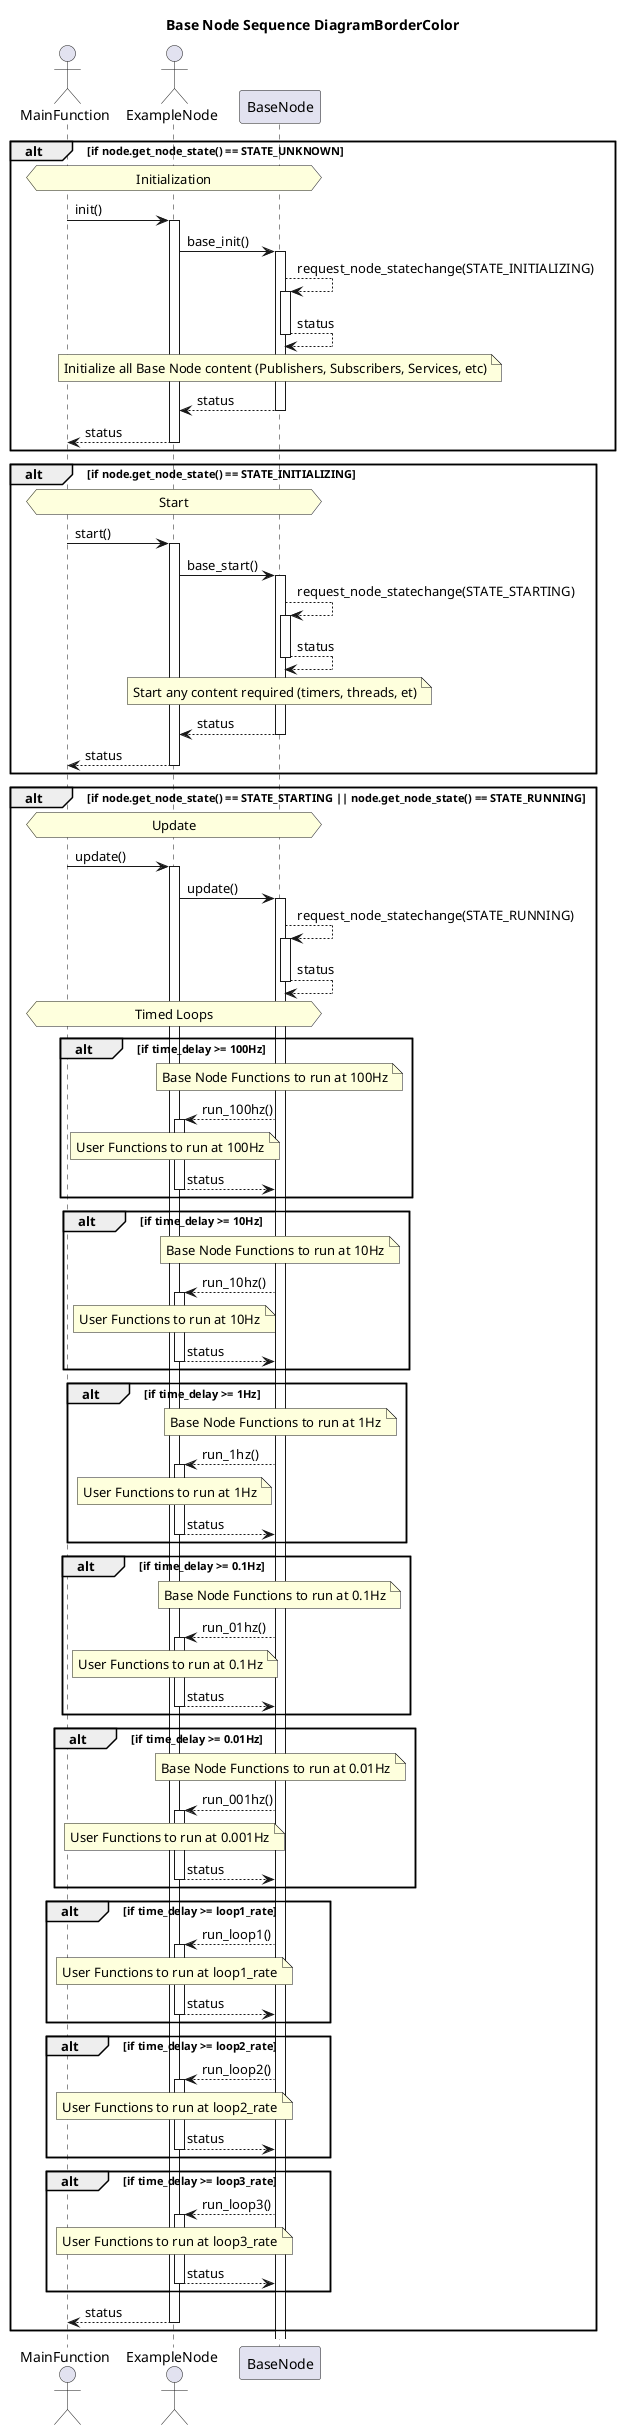
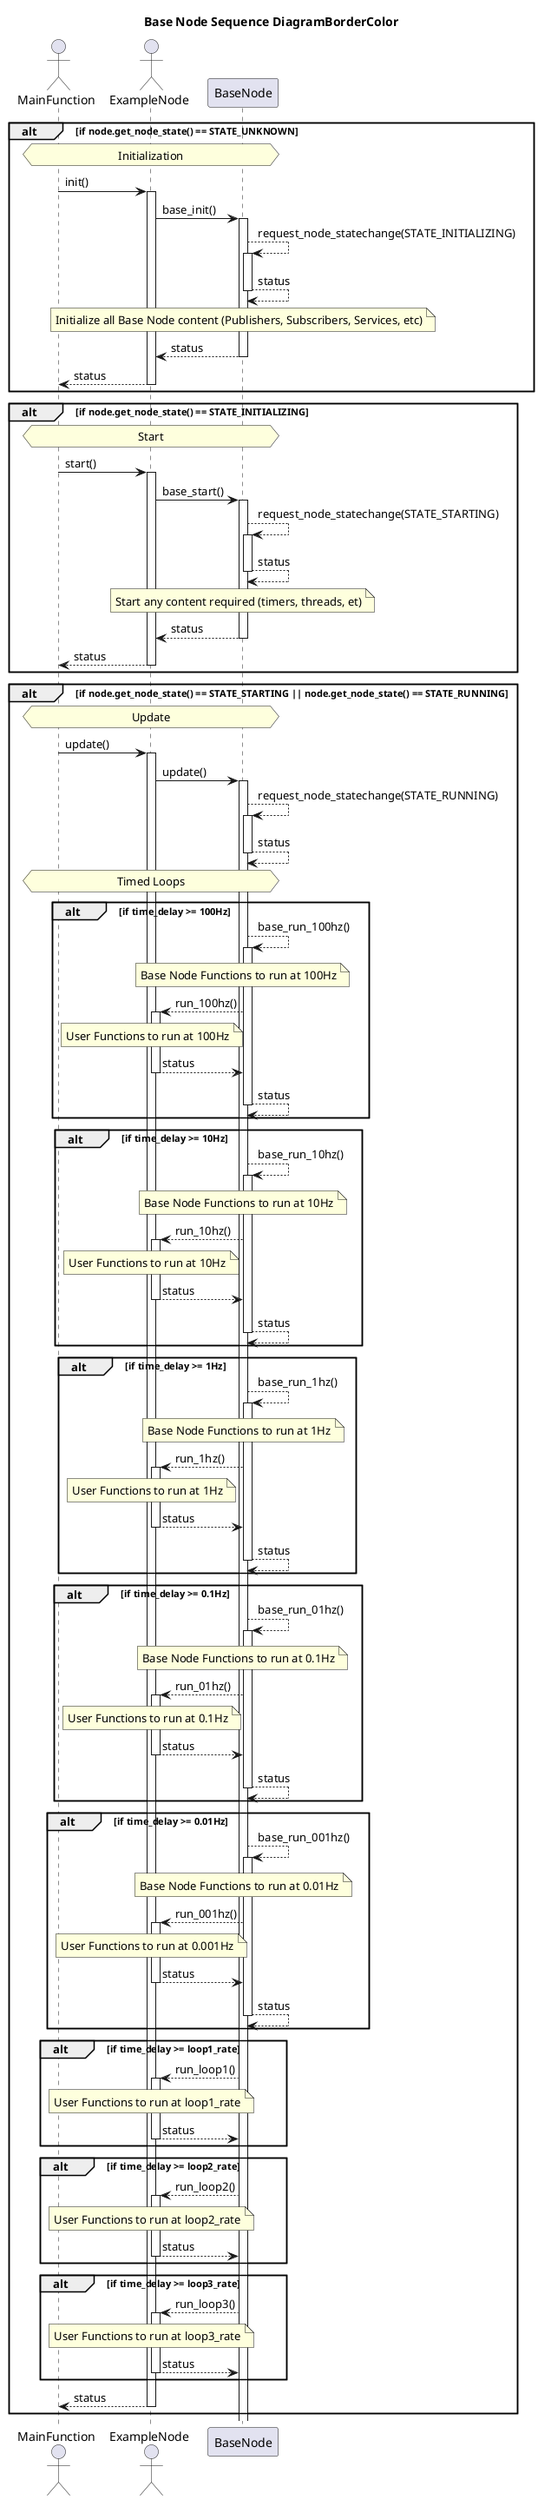
@startuml
title Base Node Sequence DiagramBorderColor
actor MainFunction as main
actor ExampleNode as node
participant BaseNode as baseNode

alt if node.get_node_state() == STATE_UNKNOWN
    hnote across: Initialization
    main -> node++: init()
    node -> baseNode++: base_init()
    baseNode --> baseNode++: request_node_statechange(STATE_INITIALIZING)
    baseNode --> baseNode--: status
    note over baseNode
    Initialize all Base Node content (Publishers, Subscribers, Services, etc)
    end note
    baseNode --> node--: status
    node --> main--: status
end

alt if node.get_node_state() == STATE_INITIALIZING
    hnote across: Start
    main -> node++: start()
    node -> baseNode++: base_start()
    baseNode --> baseNode++: request_node_statechange(STATE_STARTING)
    baseNode --> baseNode--: status
    note over baseNode
    Start any content required (timers, threads, et)
    end note
    baseNode --> node--: status
    node --> main--: status
end

alt if node.get_node_state() == STATE_STARTING || node.get_node_state() == STATE_RUNNING
    hnote across: Update
    main -> node++: update()
    node -> baseNode++: update()
    baseNode --> baseNode++: request_node_statechange(STATE_RUNNING)
    baseNode --> baseNode--: status
    hnote across: Timed Loops

    alt if time_delay >= 100Hz
+         baseNode --> baseNode++: base_run_100hz()
        note over baseNode: Base Node Functions to run at 100Hz
        baseNode --> node++: run_100hz()
        note over node: User Functions to run at 100Hz
        node --> baseNode--: status
+         baseNode--> baseNode--: status
    end

    alt if time_delay >= 10Hz
+         baseNode --> baseNode++: base_run_10hz()
        note over baseNode: Base Node Functions to run at 10Hz
        baseNode --> node++: run_10hz()
        note over node: User Functions to run at 10Hz
        node --> baseNode--: status
+         baseNode--> baseNode--: status
    end

    alt if time_delay >= 1Hz
-     note over baseNode: Base Node Functions to run at 1Hz
+         baseNode --> baseNode++: base_run_1hz()
+         note over baseNode: Base Node Functions to run at 1Hz
        baseNode --> node++: run_1hz()
        note over node: User Functions to run at 1Hz
        node --> baseNode--: status
+         baseNode--> baseNode--: status
    end

    alt if time_delay >= 0.1Hz
+         baseNode --> baseNode++: base_run_01hz()
        note over baseNode: Base Node Functions to run at 0.1Hz
        baseNode --> node++: run_01hz()
        note over node: User Functions to run at 0.1Hz
        node --> baseNode--: status
+         baseNode--> baseNode--: status
    end

    alt if time_delay >= 0.01Hz
+         baseNode --> baseNode++: base_run_001hz()
        note over baseNode: Base Node Functions to run at 0.01Hz
        baseNode --> node++: run_001hz()
        note over node: User Functions to run at 0.001Hz
        node --> baseNode--: status
+         baseNode--> baseNode--: status
    end

    alt if time_delay >= loop1_rate
        baseNode --> node++: run_loop1()
        note over node: User Functions to run at loop1_rate
        node --> baseNode--: status
    end

    alt if time_delay >= loop2_rate
        baseNode --> node++: run_loop2()
        note over node: User Functions to run at loop2_rate
        node --> baseNode--: status
    end

    alt if time_delay >= loop3_rate
        baseNode --> node++: run_loop3()
        note over node: User Functions to run at loop3_rate
        node --> baseNode--: status
    end
    node --> main--: status

end



@enduml